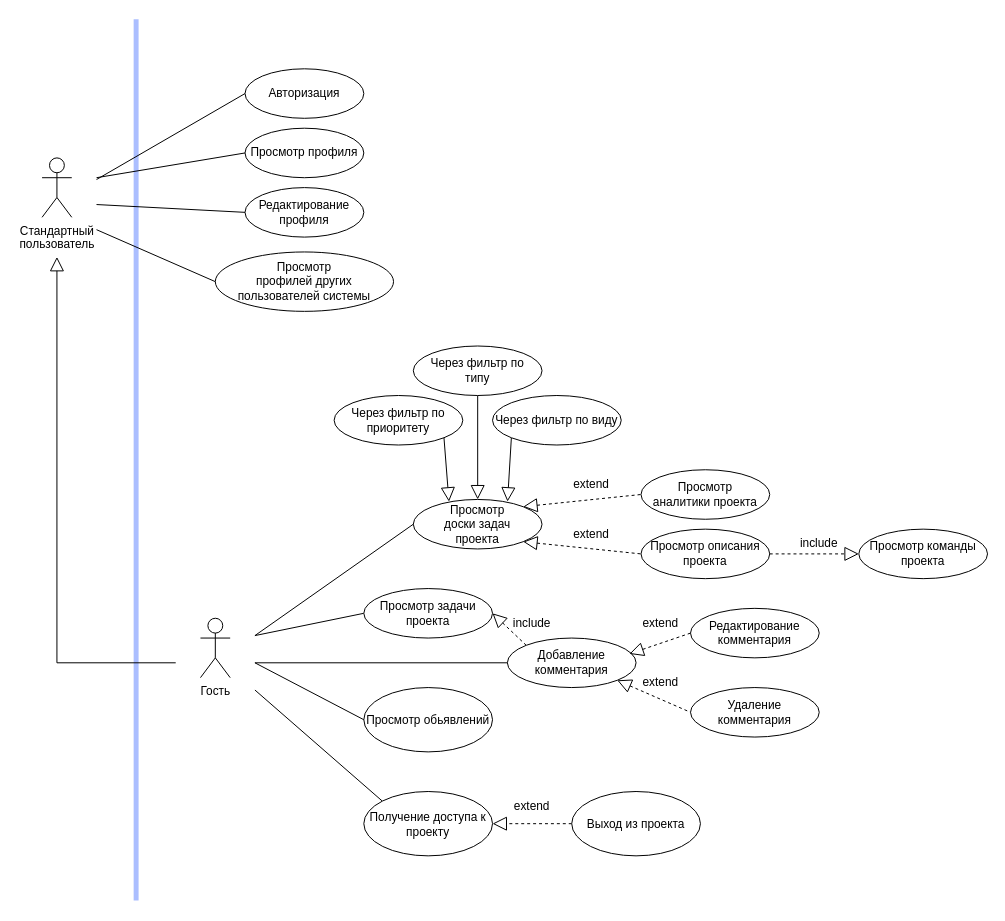
Above: page "Page-2" (3 of 5) of doc/use-case.drawio in UlrixSingle/task-manager-suai-23 (draw.io), before the change. Source tidied: cells renumbered, new cells numbered last; positions are measured from the earlier drawing's top-left corner, leaving out a move shared by most shapes. Both pictures are drawn from the tidied source at 99%, with x=0, y=0 at pixel (17, 19).
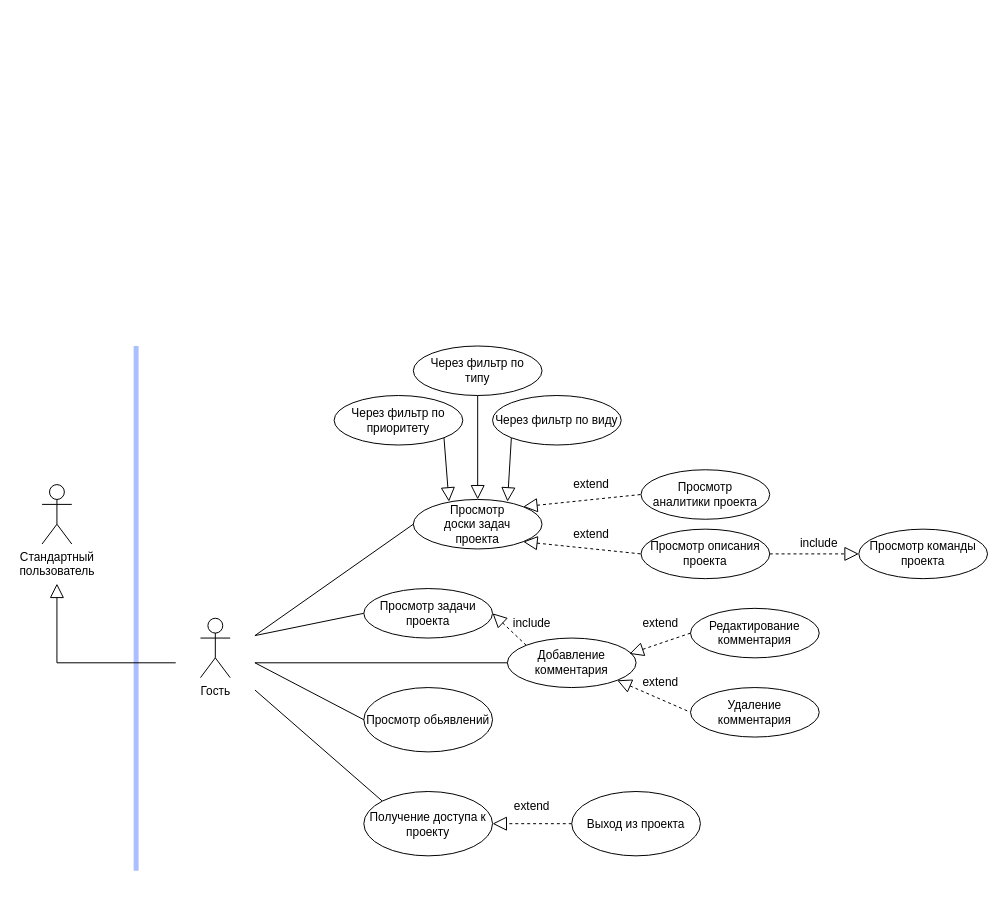
The same page after the edit.

Unchanged cells that the change refers to:
```xml
<mxCell id="5" style="rounded=0;whiteSpace=wrap;html=1;fillColor=none;strokeColor=none;" parent="3" vertex="1">
  <mxGeometry width="80" height="110" as="geometry" />
</mxCell>
```

Diff of the diagram source:
```diff
@@
     <mxCell id="2" style="endArrow=none;html=1;rounded=0;edgeStyle=orthogonalEdgeStyle;fillColor=#dae8fc;strokeColor=#ABBEFF;strokeWidth=5;" parent="1" edge="1">
       <mxGeometry relative="1" as="geometry">
-        <mxPoint x="120" y="890" as="sourcePoint" />
-        <mxPoint x="120" as="targetPoint" />
+        <mxPoint x="120" y="860" as="sourcePoint" />
+        <mxPoint x="120" y="330" as="targetPoint" />
         <Array as="points">
-          <mxPoint x="120" y="880" />
-          <mxPoint x="120" y="880" />
+          <mxPoint x="120" y="850" />
+          <mxPoint x="120" y="850" />
         </Array>
       </mxGeometry>
     </mxCell>
     <mxCell id="3" style="group;" parent="1" vertex="1">
-      <mxGeometry y="130" width="80" height="110" as="geometry" />
+      <mxGeometry y="460" width="80" height="110" as="geometry" />
     </mxCell>
@@
-    <mxCell id="45" style="edgeStyle=none;rounded=0;jettySize=auto;html=1;exitX=0;exitY=0.5;exitDx=0;exitDy=0;endArrow=none;endFill=0;" parent="1" edge="1" source="46" target="5">
-      <mxGeometry relative="1" as="geometry" />
-    </mxCell>
-    <mxCell id="46" value="Авторизация" style="ellipse;whiteSpace=wrap;html=1;" parent="1" vertex="1">
-      <mxGeometry x="230" y="50" width="120" height="50" as="geometry" />
-    </mxCell>
-    <mxCell id="47" style="edgeStyle=none;rounded=0;jettySize=auto;html=1;exitX=0;exitY=0.5;exitDx=0;exitDy=0;endArrow=none;endFill=0;" parent="1" edge="1" source="48">
-      <mxGeometry relative="1" as="geometry">
-        <mxPoint x="80" y="160" as="targetPoint" />
-      </mxGeometry>
-    </mxCell>
-    <mxCell id="48" value="Просмотр профиля" style="ellipse;whiteSpace=wrap;html=1;" parent="1" vertex="1">
-      <mxGeometry x="230" y="110" width="120" height="50" as="geometry" />
-    </mxCell>
-    <mxCell id="49" style="edgeStyle=none;rounded=0;jettySize=auto;html=1;exitX=0;exitY=0.5;exitDx=0;exitDy=0;entryX=1;entryY=0.75;entryDx=0;entryDy=0;endArrow=none;endFill=0;" parent="1" edge="1" source="50" target="5">
-      <mxGeometry relative="1" as="geometry" />
-    </mxCell>
-    <mxCell id="50" value="Просмотр &lt;br&gt;профилей других&lt;br&gt;пользователей системы" style="ellipse;whiteSpace=wrap;html=1;" parent="1" vertex="1">
-      <mxGeometry x="200" y="235" width="180" height="60" as="geometry" />
-    </mxCell>
-    <mxCell id="51" style="edgeStyle=none;rounded=0;jettySize=auto;html=1;exitX=0;exitY=0.5;exitDx=0;exitDy=0;endArrow=none;endFill=0;" parent="1" edge="1" source="52" target="5">
-      <mxGeometry relative="1" as="geometry" />
-    </mxCell>
-    <mxCell id="52" value="Редактирование профиля" style="ellipse;whiteSpace=wrap;html=1;" parent="1" vertex="1">
-      <mxGeometry x="230" y="170" width="120" height="50" as="geometry" />
-    </mxCell>
```
